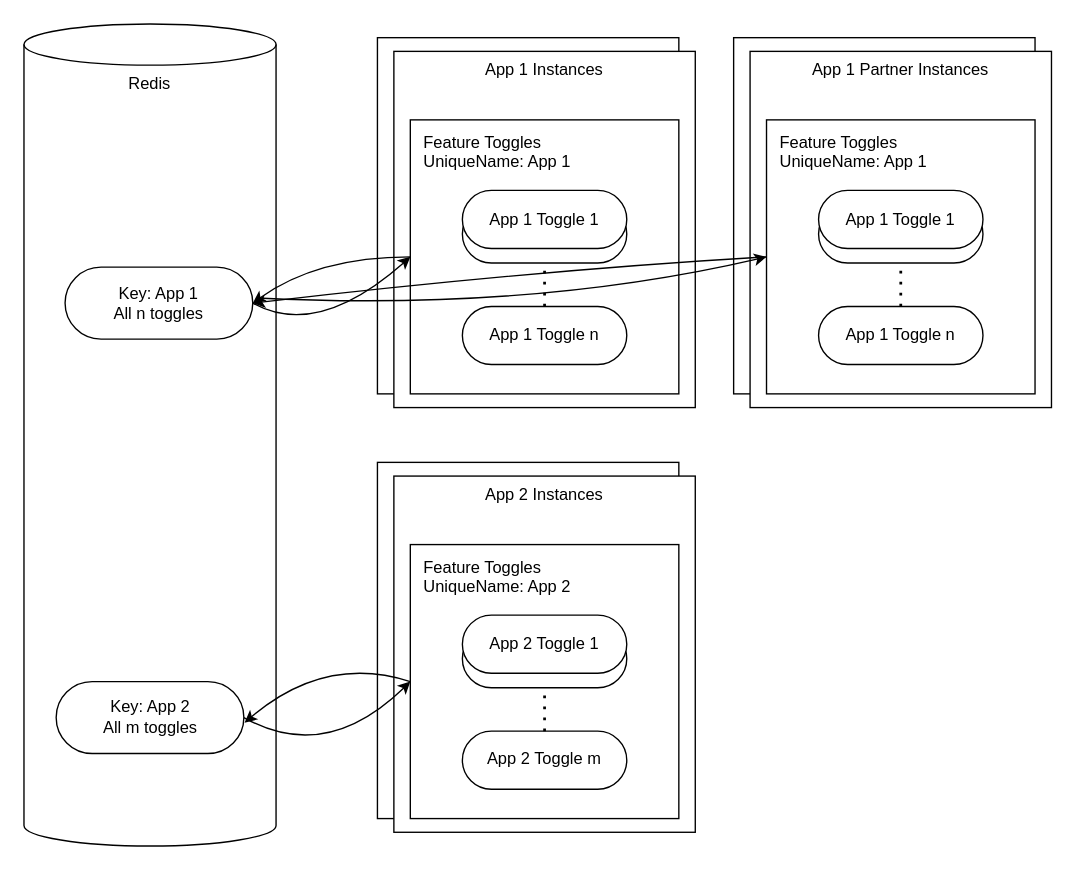
cap-js-community/feature-toggle-library keeps this draw.io diagram as docs/assets/architecture-single-key.drawio. Above is the earlier version. Source tidied: cells renumbered, new cells numbered last; positions are measured from the earlier drawing's top-left corner, leaving out a move shared by most shapes. Both pictures are drawn from the tidied source at 137%, with x=0, y=0 at pixel (23, 23).
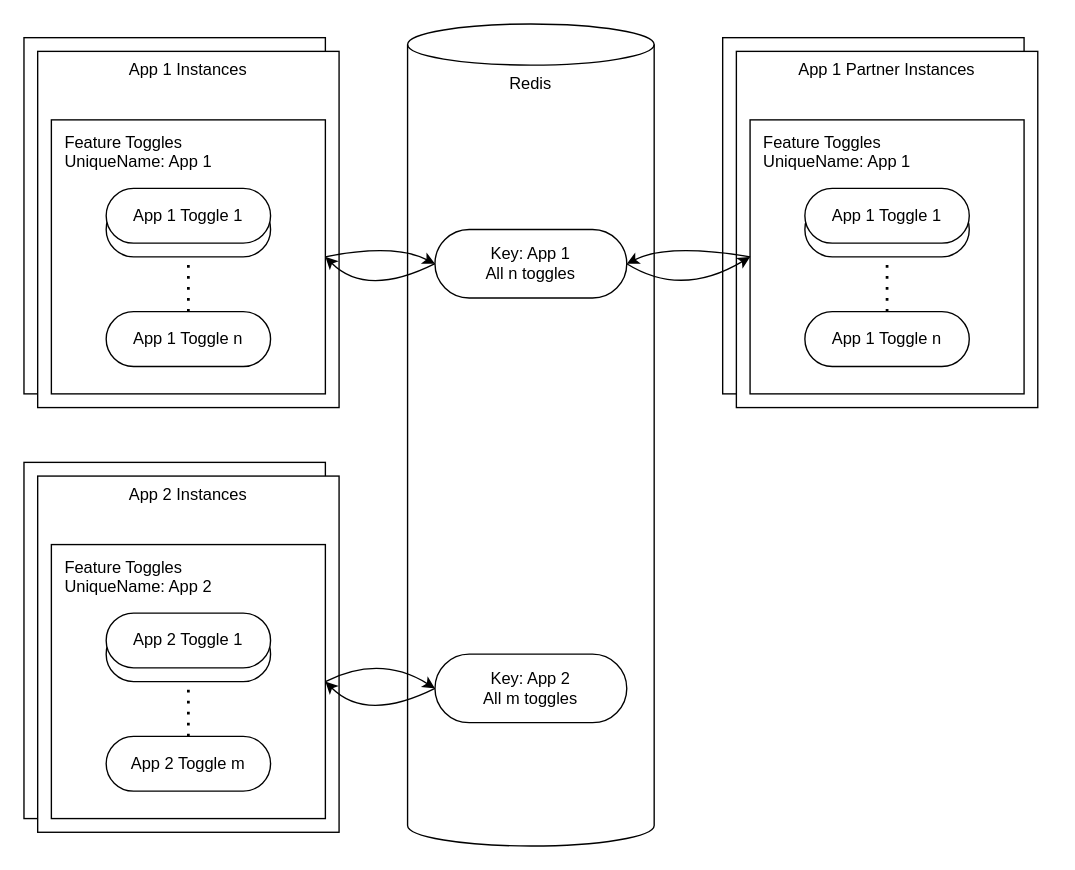
After the change.

Commit message (it also covers changes not shown here):
update README, LICENSE and architecture diagram

Diff of the diagram source:
```diff
@@
-    <mxCell id="2" value="Redis" style="shape=cylinder3;whiteSpace=wrap;html=1;boundedLbl=1;backgroundOutline=1;size=15;verticalAlign=top;" parent="1" vertex="1">
-      <mxGeometry width="184" height="600" as="geometry" />
-    </mxCell>
-    <mxCell id="3" value="Key: App 1&lt;br&gt;All n toggles" style="rounded=1;whiteSpace=wrap;html=1;arcSize=50;" parent="1" vertex="1">
-      <mxGeometry x="30" y="177.5" width="137" height="52.5" as="geometry" />
-    </mxCell>
     <mxCell id="4" style="group;" parent="1" vertex="1">
-      <mxGeometry x="270" y="330" width="220" height="260" as="geometry" />
+      <mxGeometry x="10" y="330" width="220" height="260" as="geometry" />
     </mxCell>
     <mxCell id="5" style="rounded=0;whiteSpace=wrap;html=1;verticalAlign=top;align=center;" parent="4" vertex="1">
-      <mxGeometry x="-12" y="-10" width="220" height="260" as="geometry" />
+      <mxGeometry x="-10" y="-10" width="220" height="260" as="geometry" />
     </mxCell>
@@
     <mxCell id="7" style="group;" parent="4" vertex="1">
-      <mxGeometry x="12" y="50" width="196" height="200" as="geometry" />
+      <mxGeometry x="10" y="50" width="200" height="200" as="geometry" />
     </mxCell>
     <mxCell id="8" value="Feature Toggles&lt;br&gt;UniqueName: App 2" style="rounded=0;whiteSpace=wrap;html=1;align=left;horizontal=1;verticalAlign=top;spacing=5;spacingTop=0;labelPosition=center;verticalLabelPosition=middle;spacingLeft=5;" parent="7" vertex="1">
-      <mxGeometry width="196" height="200" as="geometry" />
+      <mxGeometry width="200" height="200" as="geometry" />
     </mxCell>
     <mxCell id="9" style="rounded=1;whiteSpace=wrap;html=1;arcSize=50;" parent="7" vertex="1">
-      <mxGeometry x="38" y="62.1" width="120" height="42.4" as="geometry" />
+      <mxGeometry x="40" y="60" width="120" height="40" as="geometry" />
     </mxCell>
     <mxCell id="10" value="App 2 Toggle m" style="rounded=1;whiteSpace=wrap;html=1;arcSize=50;" parent="7" vertex="1">
-      <mxGeometry x="38" y="136.2" width="120" height="42.4" as="geometry" />
+      <mxGeometry x="40" y="140" width="120" height="40" as="geometry" />
     </mxCell>
     <mxCell id="11" value="App 2 Toggle 1" style="rounded=1;whiteSpace=wrap;html=1;arcSize=50;" parent="7" vertex="1">
-      <mxGeometry x="38" y="51.5" width="120" height="42.4" as="geometry" />
+      <mxGeometry x="40" y="50" width="120" height="40" as="geometry" />
     </mxCell>
@@
-    <mxCell id="13" value="Key: App 2&lt;br&gt;All m toggles" style="rounded=1;whiteSpace=wrap;html=1;arcSize=50;" parent="1" vertex="1">
-      <mxGeometry x="23.5" y="480" width="137" height="52.5" as="geometry" />
-    </mxCell>
-    <mxCell id="14" style="curved=1;endArrow=classic;html=1;rounded=0;exitX=1;exitY=0.5;exitDx=0;exitDy=0;entryX=0;entryY=0.5;entryDx=0;entryDy=0;" parent="1" edge="1" source="13" target="8">
-      <mxGeometry relative="1" as="geometry">
-        <Array as="points">
-          <mxPoint x="220" y="540" />
-        </Array>
-      </mxGeometry>
-    </mxCell>
-    <mxCell id="15" style="curved=1;endArrow=classic;html=1;rounded=0;exitX=0;exitY=0.5;exitDx=0;exitDy=0;" parent="1" edge="1" source="8">
-      <mxGeometry relative="1" as="geometry">
-        <mxPoint x="161" y="510" as="targetPoint" />
-        <Array as="points">
-          <mxPoint x="220" y="460" />
-        </Array>
-      </mxGeometry>
-    </mxCell>
     <mxCell id="16" style="group;" parent="1" vertex="1">
-      <mxGeometry x="530" y="20" width="220" height="260" as="geometry" />
+      <mxGeometry x="520" y="20" width="220" height="260" as="geometry" />
     </mxCell>
     <mxCell id="17" style="rounded=0;whiteSpace=wrap;html=1;verticalAlign=top;align=center;" parent="16" vertex="1">
-      <mxGeometry x="-12" y="-10" width="220" height="260" as="geometry" />
+      <mxGeometry x="-10" y="-10" width="220" height="260" as="geometry" />
     </mxCell>
@@
     <mxCell id="19" style="group;" parent="16" vertex="1">
-      <mxGeometry x="12" y="50" width="196" height="200" as="geometry" />
+      <mxGeometry x="10" y="50" width="200" height="200" as="geometry" />
     </mxCell>
     <mxCell id="20" value="Feature Toggles&lt;br&gt;UniqueName: App 1" style="rounded=0;whiteSpace=wrap;html=1;align=left;horizontal=1;verticalAlign=top;spacing=5;spacingTop=0;labelPosition=center;verticalLabelPosition=middle;spacingLeft=5;" parent="19" vertex="1">
-      <mxGeometry width="196" height="200" as="geometry" />
+      <mxGeometry width="200" height="200" as="geometry" />
     </mxCell>
     <mxCell id="21" style="rounded=1;whiteSpace=wrap;html=1;arcSize=50;" parent="19" vertex="1">
-      <mxGeometry x="38" y="62.1" width="120" height="42.4" as="geometry" />
+      <mxGeometry x="40" y="60" width="120" height="40" as="geometry" />
     </mxCell>
     <mxCell id="22" value="App 1 Toggle n" style="rounded=1;whiteSpace=wrap;html=1;arcSize=50;" parent="19" vertex="1">
-      <mxGeometry x="38" y="136.2" width="120" height="42.4" as="geometry" />
+      <mxGeometry x="40" y="140" width="120" height="40" as="geometry" />
     </mxCell>
     <mxCell id="23" value="App 1 Toggle 1" style="rounded=1;whiteSpace=wrap;html=1;arcSize=50;" parent="19" vertex="1">
-      <mxGeometry x="38" y="51.5" width="120" height="42.4" as="geometry" />
+      <mxGeometry x="40" y="50" width="120" height="40" as="geometry" />
     </mxCell>
@@
-    <mxCell id="25" style="group;" parent="1" vertex="1">
-      <mxGeometry x="258" y="10" width="232" height="270" as="geometry" />
-    </mxCell>
+    <mxCell id="38" style="group;" parent="1" vertex="1">
+      <mxGeometry x="280" width="180" height="600" as="geometry" />
+    </mxCell>
+    <mxCell id="2" value="Redis" style="shape=cylinder3;whiteSpace=wrap;html=1;boundedLbl=1;backgroundOutline=1;size=15;verticalAlign=top;" parent="38" vertex="1">
+      <mxGeometry width="180" height="600" as="geometry" />
+    </mxCell>
+    <mxCell id="3" value="Key: App 1&lt;br&gt;All n toggles" style="rounded=1;whiteSpace=wrap;html=1;arcSize=50;" parent="2" vertex="1">
+      <mxGeometry x="20" y="150" width="140" height="50" as="geometry" />
+    </mxCell>
+    <mxCell id="13" value="Key: App 2&lt;br&gt;All m toggles" style="rounded=1;whiteSpace=wrap;html=1;arcSize=50;" parent="2" vertex="1">
+      <mxGeometry x="20" y="460" width="140" height="50" as="geometry" />
+    </mxCell>
+    <mxCell id="14" style="curved=1;endArrow=classic;html=1;rounded=0;exitX=0;exitY=0.5;exitDx=0;exitDy=0;entryX=1;entryY=0.5;entryDx=0;entryDy=0;" parent="1" edge="1" source="13" target="8">
+      <mxGeometry relative="1" as="geometry">
+        <Array as="points">
+          <mxPoint x="250" y="510" />
+        </Array>
+      </mxGeometry>
+    </mxCell>
+    <mxCell id="15" style="curved=1;endArrow=classic;html=1;rounded=0;entryX=0;entryY=0.5;entryDx=0;entryDy=0;exitX=1;exitY=0.5;exitDx=0;exitDy=0;" parent="1" edge="1" source="8" target="13">
+      <mxGeometry relative="1" as="geometry">
+        <Array as="points">
+          <mxPoint x="260" y="460" />
+        </Array>
+      </mxGeometry>
+    </mxCell>
+    <mxCell id="34" style="curved=1;endArrow=classic;html=1;rounded=0;exitX=0;exitY=0.5;exitDx=0;exitDy=0;entryX=1;entryY=0.5;entryDx=0;entryDy=0;" parent="1" edge="1" source="20" target="3">
+      <mxGeometry relative="1" as="geometry">
+        <Array as="points">
+          <mxPoint x="470" y="160" />
+        </Array>
+      </mxGeometry>
+    </mxCell>
+    <mxCell id="35" style="curved=1;endArrow=classic;html=1;rounded=0;entryX=0;entryY=0.5;entryDx=0;entryDy=0;exitX=1;exitY=0.5;exitDx=0;exitDy=0;" parent="1" edge="1" source="3" target="20">
+      <mxGeometry relative="1" as="geometry">
+        <Array as="points">
+          <mxPoint x="480" y="200" />
+        </Array>
+      </mxGeometry>
+    </mxCell>
+    <mxCell id="39" style="group;" parent="1" vertex="1">
+      <mxGeometry y="10" width="230" height="270" as="geometry" />
+    </mxCell>
-    <mxCell id="26" style="rounded=0;whiteSpace=wrap;html=1;verticalAlign=top;align=center;" parent="25" vertex="1">
+    <mxCell id="26" style="rounded=0;whiteSpace=wrap;html=1;verticalAlign=top;align=center;" parent="39" vertex="1">
       <mxGeometry width="220" height="260" as="geometry" />
     </mxCell>
-    <mxCell id="27" value="App 1 Instances" style="rounded=0;whiteSpace=wrap;html=1;verticalAlign=top;align=center;" parent="25" vertex="1">
-      <mxGeometry x="12" y="10" width="220" height="260" as="geometry" />
+    <mxCell id="27" value="App 1 Instances" style="rounded=0;whiteSpace=wrap;html=1;verticalAlign=top;align=center;" parent="39" vertex="1">
+      <mxGeometry x="10" y="10" width="220" height="260" as="geometry" />
     </mxCell>
-    <mxCell id="28" style="group;" parent="25" vertex="1">
-      <mxGeometry x="24" y="60" width="196" height="200" as="geometry" />
+    <mxCell id="28" style="group;" parent="39" vertex="1">
+      <mxGeometry x="20" y="60" width="200" height="200" as="geometry" />
     </mxCell>
     <mxCell id="29" value="Feature Toggles&lt;br&gt;UniqueName: App 1" style="rounded=0;whiteSpace=wrap;html=1;align=left;horizontal=1;verticalAlign=top;spacing=5;spacingTop=0;labelPosition=center;verticalLabelPosition=middle;spacingLeft=5;" parent="28" vertex="1">
-      <mxGeometry width="196" height="200" as="geometry" />
+      <mxGeometry width="200" height="200" as="geometry" />
     </mxCell>
     <mxCell id="30" style="rounded=1;whiteSpace=wrap;html=1;arcSize=50;" parent="28" vertex="1">
-      <mxGeometry x="38" y="62.1" width="120" height="42.4" as="geometry" />
+      <mxGeometry x="40" y="60" width="120" height="40" as="geometry" />
     </mxCell>
     <mxCell id="31" value="App 1 Toggle n" style="rounded=1;whiteSpace=wrap;html=1;arcSize=50;" parent="28" vertex="1">
-      <mxGeometry x="38" y="136.2" width="120" height="42.4" as="geometry" />
+      <mxGeometry x="40" y="140" width="120" height="40" as="geometry" />
     </mxCell>
     <mxCell id="32" value="App 1 Toggle 1" style="rounded=1;whiteSpace=wrap;html=1;arcSize=50;" parent="28" vertex="1">
-      <mxGeometry x="38" y="51.5" width="120" height="42.4" as="geometry" />
+      <mxGeometry x="40" y="50" width="120" height="40" as="geometry" />
     </mxCell>
@@
-    <mxCell id="34" style="curved=1;endArrow=classic;html=1;rounded=0;exitX=0;exitY=0.5;exitDx=0;exitDy=0;entryX=1;entryY=0.5;entryDx=0;entryDy=0;" parent="1" edge="1" source="20" target="3">
-      <mxGeometry relative="1" as="geometry">
-        <Array as="points">
-          <mxPoint x="370" y="180" />
-        </Array>
-      </mxGeometry>
-    </mxCell>
-    <mxCell id="35" style="curved=1;endArrow=classic;html=1;rounded=0;entryX=0;entryY=0.5;entryDx=0;entryDy=0;" parent="1" edge="1" target="20">
-      <mxGeometry relative="1" as="geometry">
-        <mxPoint x="170" y="200" as="sourcePoint" />
-        <Array as="points">
-          <mxPoint x="370" y="210" />
-        </Array>
-      </mxGeometry>
-    </mxCell>
-    <mxCell id="36" style="curved=1;endArrow=classic;html=1;rounded=0;exitX=1;exitY=0.5;exitDx=0;exitDy=0;entryX=0;entryY=0.5;entryDx=0;entryDy=0;" parent="1" edge="1" source="3" target="29">
+    <mxCell id="36" style="curved=1;endArrow=classic;html=1;rounded=0;exitX=0;exitY=0.5;exitDx=0;exitDy=0;entryX=1;entryY=0.5;entryDx=0;entryDy=0;" parent="1" edge="1" source="3" target="29">
       <mxGeometry relative="1" as="geometry">
         <Array as="points">
-          <mxPoint x="214" y="230" />
+          <mxPoint x="250" y="200" />
         </Array>
       </mxGeometry>
     </mxCell>
-    <mxCell id="37" style="curved=1;endArrow=classic;html=1;rounded=0;exitX=0;exitY=0.5;exitDx=0;exitDy=0;entryX=1;entryY=0.5;entryDx=0;entryDy=0;" parent="1" edge="1" source="29" target="3">
+    <mxCell id="37" style="curved=1;endArrow=classic;html=1;rounded=0;entryX=0;entryY=0.5;entryDx=0;entryDy=0;exitX=1;exitY=0.5;exitDx=0;exitDy=0;" parent="1" edge="1" source="29" target="3">
       <mxGeometry relative="1" as="geometry">
         <Array as="points">
-          <mxPoint x="214" y="170" />
+          <mxPoint x="270" y="160" />
         </Array>
       </mxGeometry>
     </mxCell>
```
